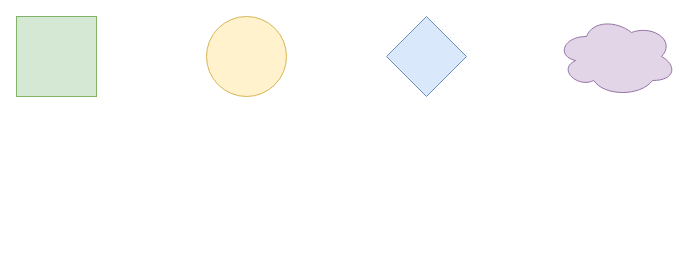
The draw.io diagram ebooking/ebooking数据结构.drawio in caixuecheng/track-drawio, before the edit. Source tidied: cells renumbered, new cells numbered last; positions are measured from the earlier drawing's top-left corner, leaving out a move shared by most shapes. Both pictures are drawn from the tidied source at 100%, with x=0, y=0 at pixel (16, 16).
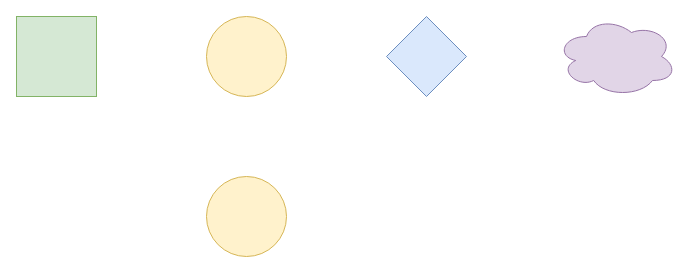
The same diagram, later.

Commit message (it also covers changes not shown here):
更新ebooking数据结构.drawio

Change to the diagram source:
```diff
@@
 <mxGraphModel>
   <root>
     <mxCell id="0" />
     <mxCell id="1" parent="0" />
     <mxCell id="2" style="whiteSpace=wrap;html=1;fillColor=#d5e8d4;strokeColor=#82b366;" parent="1" vertex="1">
       <mxGeometry width="80" height="80" as="geometry" />
     </mxCell>
     <mxCell id="3" style="ellipse;whiteSpace=wrap;html=1;fillColor=#fff2cc;strokeColor=#d6b656;" parent="1" vertex="1">
       <mxGeometry x="190" width="80" height="80" as="geometry" />
     </mxCell>
     <mxCell id="4" style="rhombus;whiteSpace=wrap;html=1;fillColor=#dae8fc;strokeColor=#6c8ebf;" parent="1" vertex="1">
       <mxGeometry x="370" width="80" height="80" as="geometry" />
     </mxCell>
     <mxCell id="5" style="ellipse;shape=cloud;whiteSpace=wrap;html=1;fillColor=#e1d5e7;strokeColor=#9673a6;" parent="1" vertex="1">
       <mxGeometry x="540" width="120" height="80" as="geometry" />
     </mxCell>
+    <mxCell id="6" style="ellipse;whiteSpace=wrap;html=1;fillColor=#fff2cc;strokeColor=#d6b656;" parent="1" vertex="1">
+      <mxGeometry x="190" y="160" width="80" height="80" as="geometry" />
+    </mxCell>
   </root>
 </mxGraphModel>
```
